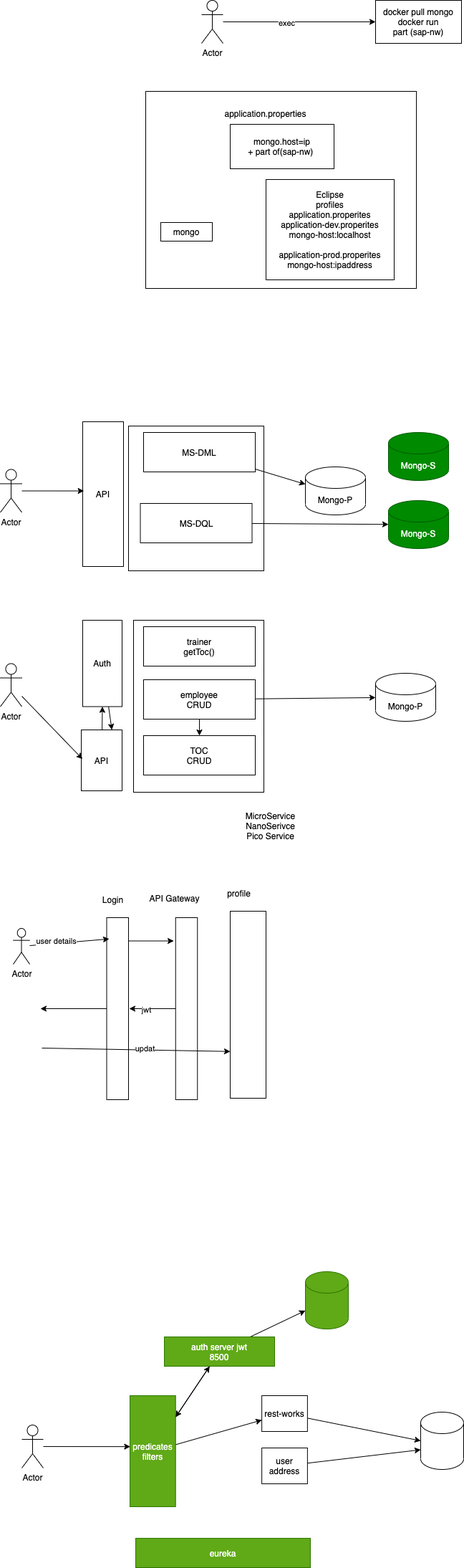
The draw.io diagram images/day25.drawio.png in adithnaveen/sapient-inters-jan-2022, before a commit. Source tidied: cells renumbered, new cells last; positions are measured from the earlier drawing's top-left corner, leaving out a move shared by most shapes.
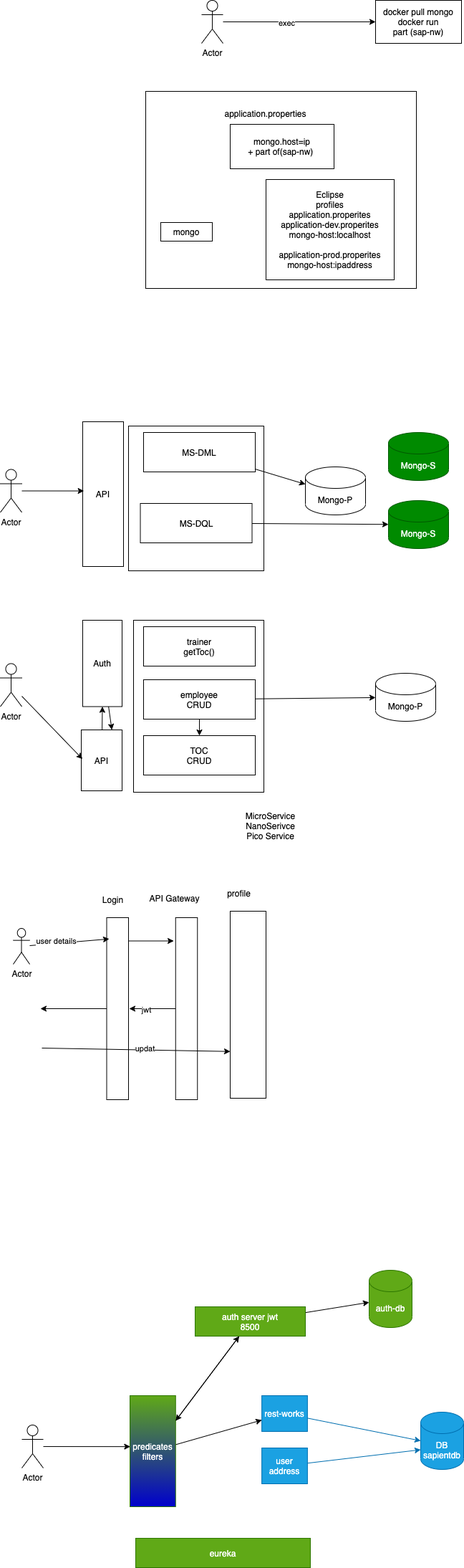
The same diagram one commit later.

Diff of the diagram source:
```diff
@@ -161,19 +161,19 @@
     <mxCell id="52" style="edgeStyle=none;html=1;" parent="1" edge="1" source="53" target="55">
       <mxGeometry relative="1" as="geometry" />
     </mxCell>
-    <mxCell id="53" value="predicates&lt;br&gt;filters" style="rounded=0;whiteSpace=wrap;html=1;fillColor=#60a917;fontColor=#ffffff;strokeColor=#2D7600;" parent="1" vertex="1">
+    <mxCell id="53" value="predicates&lt;br&gt;filters" style="rounded=0;whiteSpace=wrap;html=1;fillColor=#60a917;fontColor=#ffffff;strokeColor=#2D7600;gradientColor=#0000CC;" parent="1" vertex="1">
       <mxGeometry x="181" y="1947" width="63.8" height="155" as="geometry" />
     </mxCell>
-    <mxCell id="54" style="edgeStyle=none;html=1;entryX=0;entryY=0.5;entryDx=0;entryDy=0;entryPerimeter=0;" parent="1" edge="1" source="55" target="64">
+    <mxCell id="54" style="edgeStyle=none;html=1;entryX=0;entryY=0.5;entryDx=0;entryDy=0;entryPerimeter=0;fillColor=#1ba1e2;strokeColor=#006EAF;" parent="1" edge="1" source="55" target="64">
       <mxGeometry relative="1" as="geometry" />
     </mxCell>
-    <mxCell id="55" value="rest-works" style="rounded=0;whiteSpace=wrap;html=1;" parent="1" vertex="1">
+    <mxCell id="55" value="rest-works" style="rounded=0;whiteSpace=wrap;html=1;fillColor=#1ba1e2;fontColor=#ffffff;strokeColor=#006EAF;" parent="1" vertex="1">
       <mxGeometry x="365.1" y="1947" width="63.8" height="50" as="geometry" />
     </mxCell>
-    <mxCell id="56" style="edgeStyle=none;html=1;entryX=0;entryY=0;entryDx=0;entryDy=52.5;entryPerimeter=0;" parent="1" edge="1" source="57" target="64">
+    <mxCell id="56" style="edgeStyle=none;html=1;entryX=0;entryY=0;entryDx=0;entryDy=52.5;entryPerimeter=0;fillColor=#1ba1e2;strokeColor=#006EAF;" parent="1" edge="1" source="57" target="64">
       <mxGeometry relative="1" as="geometry" />
     </mxCell>
-    <mxCell id="57" value="user address" style="rounded=0;whiteSpace=wrap;html=1;" parent="1" vertex="1">
+    <mxCell id="57" value="user address" style="rounded=0;whiteSpace=wrap;html=1;fillColor=#1ba1e2;fontColor=#ffffff;strokeColor=#006EAF;" parent="1" vertex="1">
       <mxGeometry x="365.1" y="2020" width="63.8" height="50" as="geometry" />
     </mxCell>
     <mxCell id="58" style="edgeStyle=none;html=1;" parent="1" edge="1" source="60" target="53">
@@ -183,7 +183,7 @@
       <mxGeometry relative="1" as="geometry" />
     </mxCell>
     <mxCell id="60" value="auth server jwt&lt;br&gt;8500" style="rounded=0;whiteSpace=wrap;html=1;fillColor=#60a917;fontColor=#ffffff;strokeColor=#2D7600;" parent="1" vertex="1">
-      <mxGeometry x="229" y="1865" width="154" height="41" as="geometry" />
+      <mxGeometry x="272" y="1823" width="154" height="41" as="geometry" />
     </mxCell>
     <mxCell id="61" style="edgeStyle=none;html=1;entryX=0.007;entryY=0.459;entryDx=0;entryDy=0;entryPerimeter=0;" parent="1" edge="1" source="62" target="53">
       <mxGeometry relative="1" as="geometry" />
@@ -191,10 +191,10 @@
     <mxCell id="62" value="Actor" style="shape=umlActor;verticalLabelPosition=bottom;verticalAlign=top;html=1;outlineConnect=0;" parent="1" vertex="1">
       <mxGeometry x="30" y="1988" width="30" height="60" as="geometry" />
     </mxCell>
-    <mxCell id="63" style="shape=cylinder3;whiteSpace=wrap;html=1;boundedLbl=1;backgroundOutline=1;size=15;fillColor=#60a917;fontColor=#ffffff;strokeColor=#2D7600;" parent="1" vertex="1">
-      <mxGeometry x="426" y="1774" width="60" height="80" as="geometry" />
+    <mxCell id="63" value="auth-db" style="shape=cylinder3;whiteSpace=wrap;html=1;boundedLbl=1;backgroundOutline=1;size=15;fillColor=#60a917;fontColor=#ffffff;strokeColor=#2D7600;" parent="1" vertex="1">
+      <mxGeometry x="515" y="1772" width="60" height="80" as="geometry" />
     </mxCell>
-    <mxCell id="64" style="shape=cylinder3;whiteSpace=wrap;html=1;boundedLbl=1;backgroundOutline=1;size=15;" parent="1" vertex="1">
+    <mxCell id="64" value="DB&lt;br&gt;sapientdb" style="shape=cylinder3;whiteSpace=wrap;html=1;boundedLbl=1;backgroundOutline=1;size=15;fillColor=#1ba1e2;fontColor=#ffffff;strokeColor=#006EAF;" parent="1" vertex="1">
       <mxGeometry x="587" y="1970" width="60" height="80" as="geometry" />
     </mxCell>
     <mxCell id="65" value="eureka" style="rounded=0;whiteSpace=wrap;html=1;fillColor=#60a917;fontColor=#ffffff;strokeColor=#2D7600;" parent="1" vertex="1">
```
